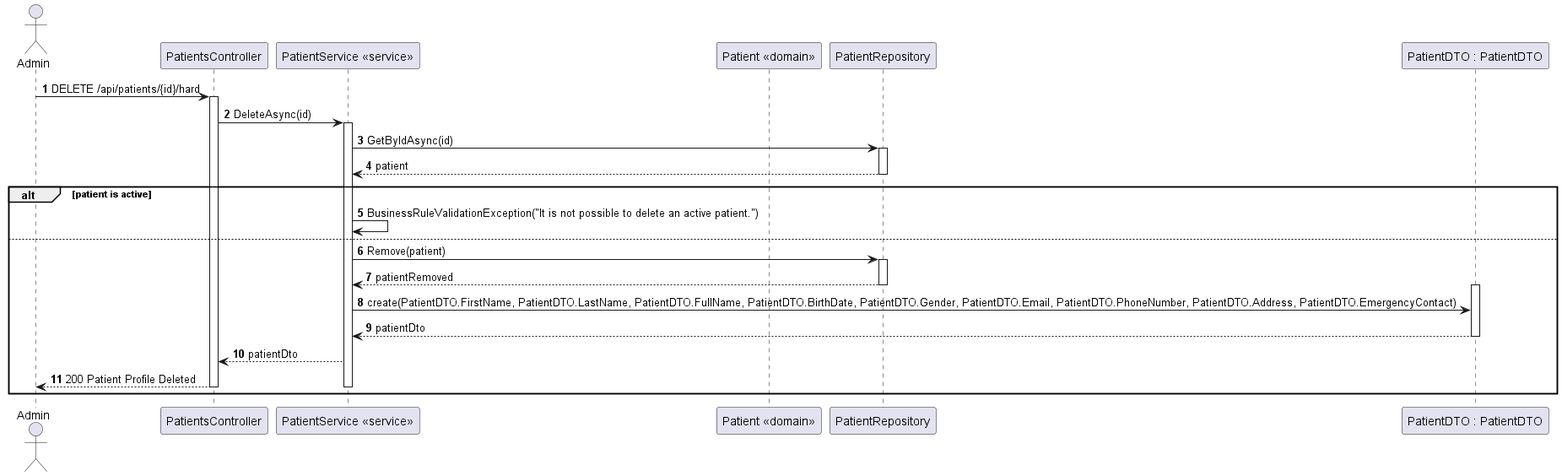
Above: docs/PatientProfileDelete/views/level3/PatientProfileDelete(level3-2).png in Lapr5G21/sem5pi-24-25-3ddg21 (PlantUML), before the change. The source it was exported from:
```plantuml
@startuml PatientProfileDelete(level3-2)

autonumber
actor Admin as "Admin"
participant CTRL as "PatientsController"
participant SERVICE as "PatientService <<service>>"
participant PATIENT as "Patient <<domain>>"
participant REPO as "PatientRepository"
participant DTO as "PatientDTO : PatientDTO"

Admin-> CTRL : DELETE /api/patients/{id}/hard
activate CTRL

CTRL -> SERVICE : DeleteAsync(id)
activate SERVICE

    SERVICE -> REPO : GetByIdAsync(id)
    activate REPO

    REPO --> SERVICE : patient
    deactivate REPO

    alt patient is active

    SERVICE -> SERVICE : BusinessRuleValidationException("It is not possible to delete an active patient.")

    else

    SERVICE -> REPO : Remove(patient)
    activate REPO

    REPO --> SERVICE : patientRemoved
    deactivate REPO

    activate DTO

    SERVICE -> DTO : create(PatientDTO.FirstName, PatientDTO.LastName, PatientDTO.FullName, PatientDTO.BirthDate, PatientDTO.Gender, PatientDTO.Email, PatientDTO.PhoneNumber, PatientDTO.Address, PatientDTO.EmergencyContact)

    DTO --> SERVICE : patientDto
    deactivate DTO

    SERVICE --> CTRL : patientDto

    CTRL --> Admin : 200 Patient Profile Deleted

deactivate SERVICE
deactivate CTRL

end
@enduml
```
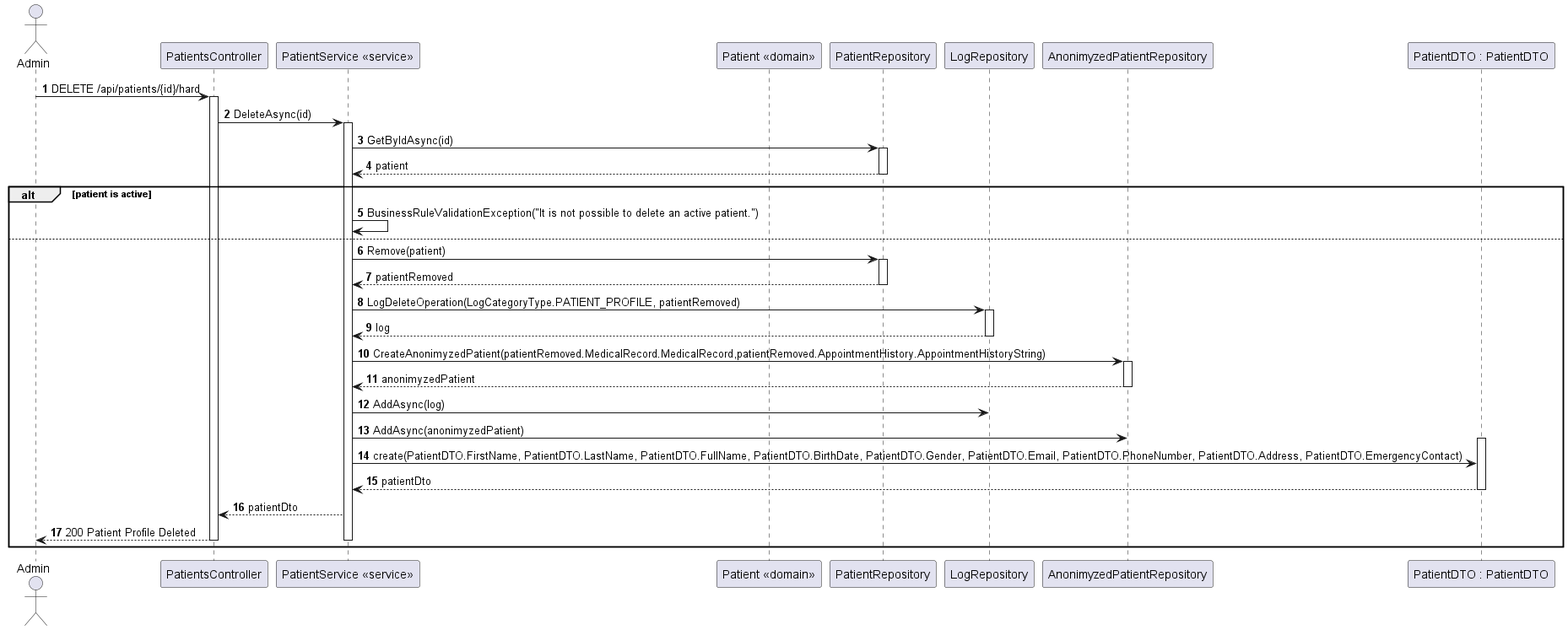
After the commit.

Commit message:
little update in patient docs and some integration tests #10

The edit, as a diff of the source:
```diff
@@ -6,6 +6,8 @@
 participant SERVICE as "PatientService <<service>>"
 participant PATIENT as "Patient <<domain>>"
 participant REPO as "PatientRepository"
+participant LOGREPO as "LogRepository"
+participant ANONREPO as "AnonimyzedPatientRepository"
 participant DTO as "PatientDTO : PatientDTO"
 
 Admin-> CTRL : DELETE /api/patients/{id}/hard
@@ -32,6 +34,25 @@
     REPO --> SERVICE : patientRemoved
     deactivate REPO
 
+    SERVICE -> LOGREPO : LogDeleteOperation(LogCategoryType.PATIENT_PROFILE, patientRemoved)
+    activate LOGREPO
+
+    LOGREPO --> SERVICE : log
+    deactivate LOGREPO
+
+    SERVICE -> ANONREPO : CreateAnonimyzedPatient(patientRemoved.MedicalRecord.MedicalRecord,patientRemoved.AppointmentHistory.AppointmentHistoryString)
+    activate ANONREPO
+
+    ANONREPO --> SERVICE : anonimyzedPatient
+    deactivate ANONREPO
+
+
+    SERVICE -> LOGREPO : AddAsync(log)
+    deactivate LOGREPO
+
+    SERVICE -> ANONREPO : AddAsync(anonimyzedPatient)
+    deactivate ANONREPO
+
     activate DTO
 
     SERVICE -> DTO : create(PatientDTO.FirstName, PatientDTO.LastName, PatientDTO.FullName, PatientDTO.BirthDate, PatientDTO.Gender, PatientDTO.Email, PatientDTO.PhoneNumber, PatientDTO.Address, PatientDTO.EmergencyContact)
```
